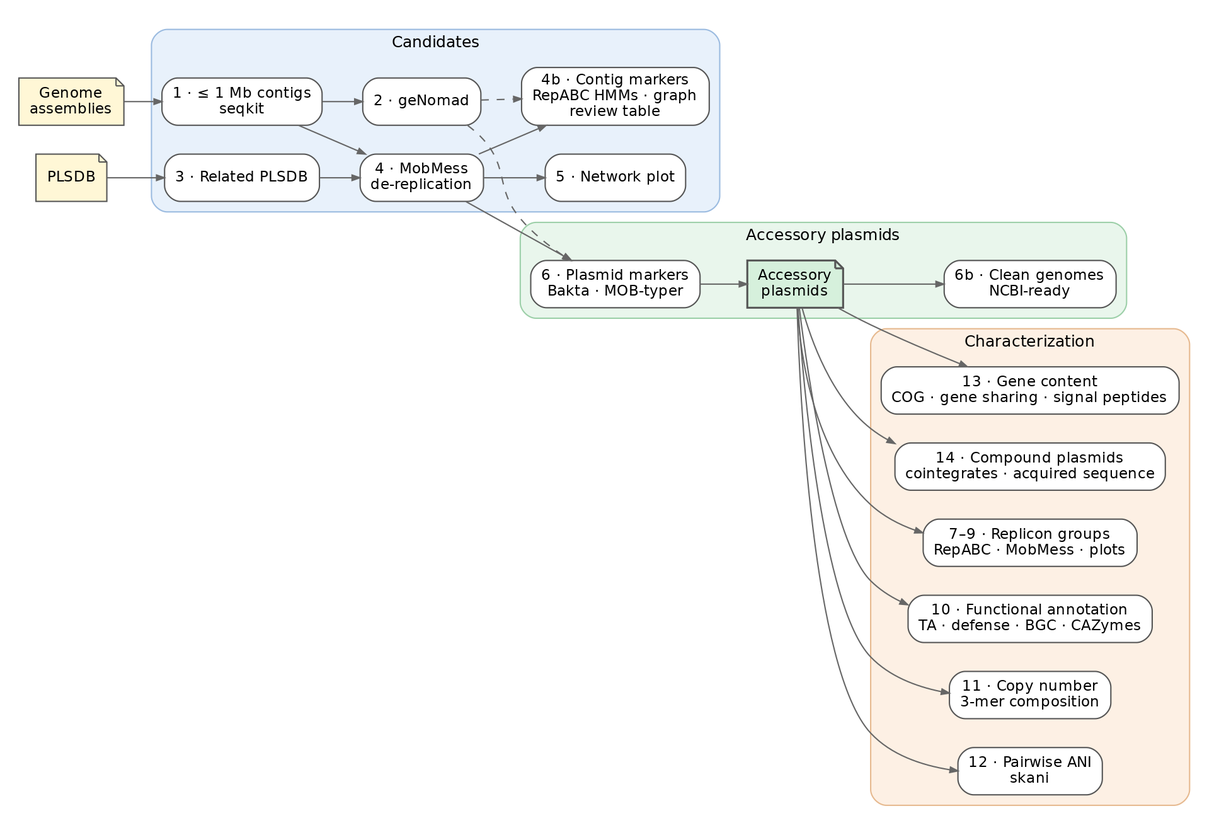
The Graphviz diagram assets/workflow_compact.png in juanjo255/AccPlasPipeline, before a commit. Its source is kept beside it as assets/workflow_compact.dot.
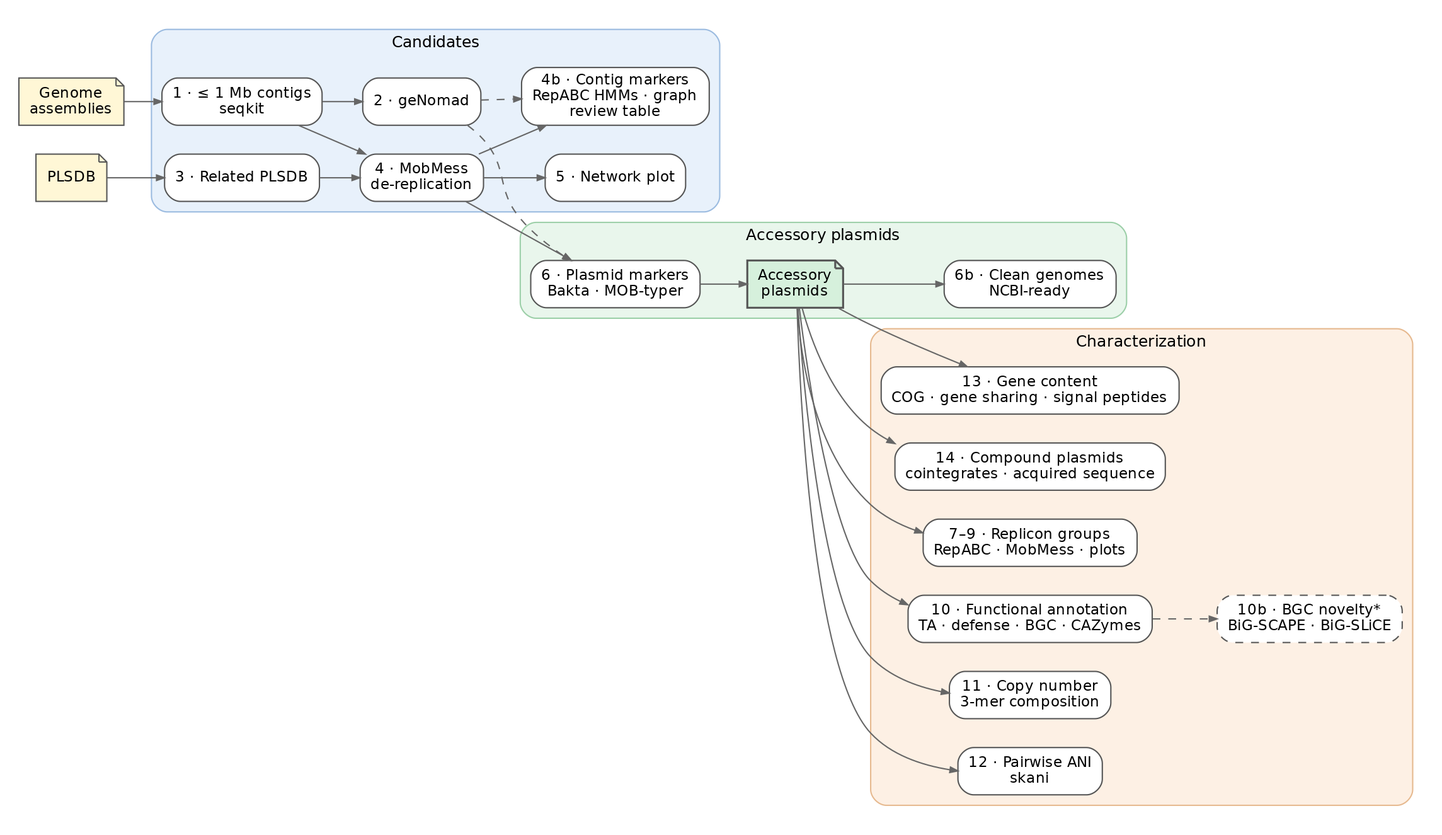
The same diagram one commit later.

Change to the diagram source:
```diff
@@ -27,6 +27,7 @@
         label="Characterization"; style="rounded,filled"; fillcolor="#fdf0e4"; color="#e6b98f";
         typ [label="7–9 · Replicon groups\nRepABC · MobMess · plots"];
         ann [label="10 · Functional annotation\nTA · defense · BGC · CAZymes"];
+        bgc [style="rounded,filled,dashed", label="10b · BGC novelty*\nBiG-SCAPE · BiG-SLiCE"];
         rep [label="11 · Copy number\n3-mer composition"];
         ani [label="12 · Pairwise ANI\nskani"];
         gc  [label="13 · Gene content\nCOG · gene sharing · signal peptides"];
@@ -47,6 +48,7 @@
     fin -> cg;
     fin -> typ;
     fin -> ann;
+    ann -> bgc [style=dashed];
     fin -> rep;
     fin -> ani;
     fin -> gc;
```
